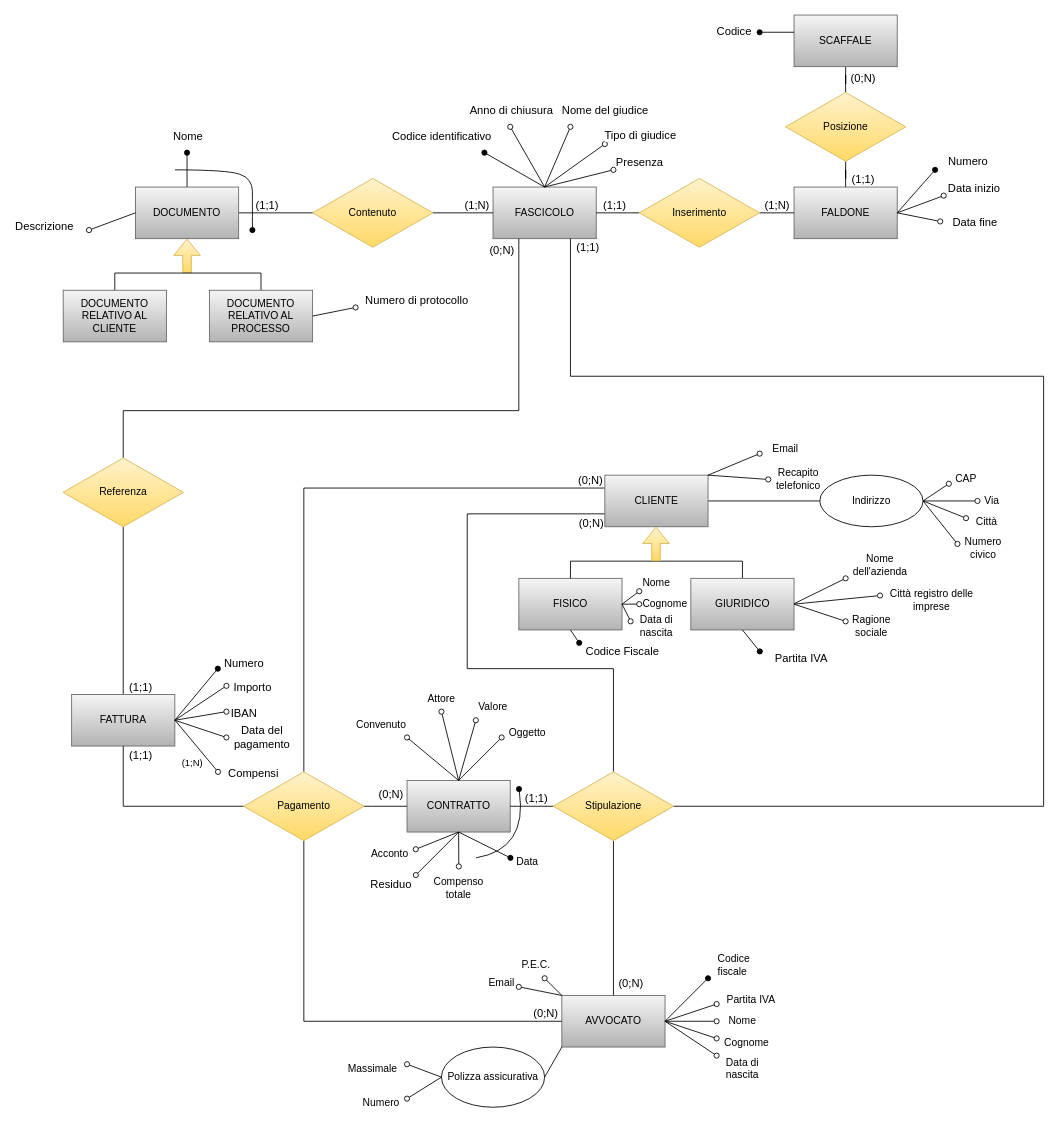
Earlier version of the draw.io diagram DiagrammaER_Completo_Iniziale.drawio (AndreaCiv/BasiDiDati). Source tidied: cells renumbered, new cells numbered last; positions are measured from the earlier drawing's top-left corner, leaving out a move shared by most shapes. Both pictures are drawn from the tidied source at 86%, with x=0, y=0 at pixel (63, 15).
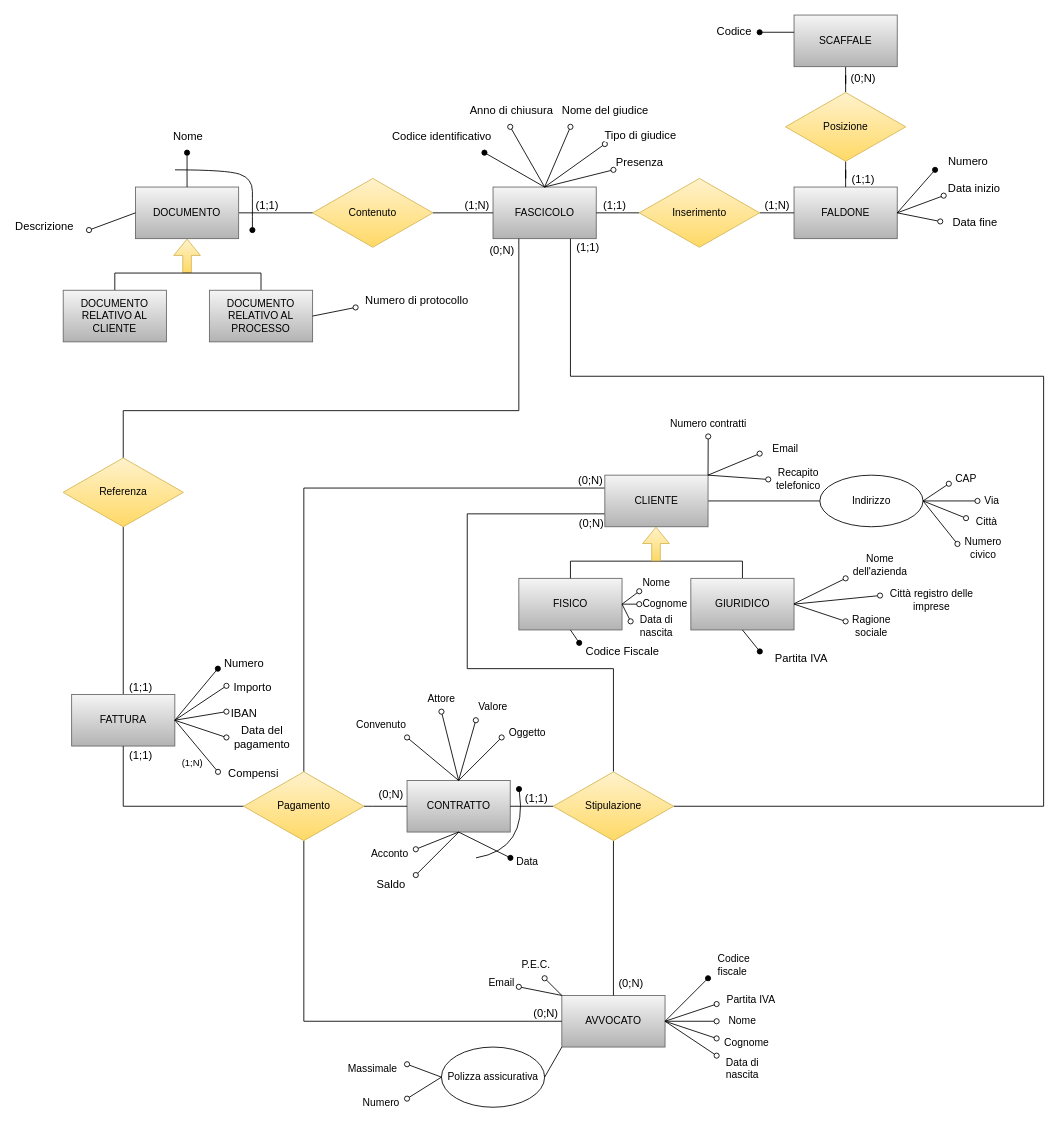
The same diagram, later.

The change refers to these unchanged cells:
```xml
<mxCell id="49" value="CONTRATTO" style="rounded=0;whiteSpace=wrap;html=1;fillColor=#f5f5f5;gradientColor=#b3b3b3;strokeColor=#666666;" parent="1" vertex="1">
  <mxGeometry x="399.8" y="890" width="120" height="60" as="geometry" />
</mxCell>
<mxCell id="115" value="CLIENTE" style="rounded=0;whiteSpace=wrap;html=1;fillColor=#f5f5f5;gradientColor=#b3b3b3;strokeColor=#666666;" parent="1" vertex="1">
  <mxGeometry x="629.8" y="535" width="120" height="60" as="geometry" />
</mxCell>
<mxCell id="157" style="endArrow=oval;html=1;rounded=0;endFill=0;" parent="1" edge="1">
  <mxGeometry relative="1" as="geometry">
    <mxPoint x="460" y="950" as="sourcePoint" />
    <mxPoint x="410" y="1000" as="targetPoint" />
  </mxGeometry>
</mxCell>
```

What changed in the source:
```diff
@@
-    <mxCell id="88" style="endArrow=oval;html=1;rounded=0;endFill=0;exitX=0.5;exitY=1;exitDx=0;exitDy=0;" parent="1" edge="1" source="49">
-      <mxGeometry relative="1" as="geometry">
-        <mxPoint x="460" y="990" as="targetPoint" />
-      </mxGeometry>
-    </mxCell>
-    <mxCell id="89" value="Compenso&lt;br&gt;totale" style="text;html=1;strokeColor=none;fillColor=none;align=center;verticalAlign=middle;whiteSpace=wrap;rounded=0;" parent="1" vertex="1">
-      <mxGeometry x="430" y="1000" width="60" height="30" as="geometry" />
-    </mxCell>
@@
-    <mxCell id="158" value="&lt;font style=&quot;font-size: 13px&quot;&gt;Residuo&lt;/font&gt;" style="edgeLabel;html=1;align=center;verticalAlign=middle;" parent="157" vertex="1">
+    <mxCell id="158" value="&lt;font style=&quot;font-size: 13px&quot;&gt;Saldo&lt;/font&gt;" style="edgeLabel;html=1;align=center;verticalAlign=middle;" parent="157" vertex="1">
       <mxGeometry x="0.45" y="-1" relative="1" as="geometry">
         <mxPoint x="-43" y="24" as="offset" />
       </mxGeometry>
     </mxCell>
+    <mxCell id="159" style="endArrow=oval;html=1;rounded=0;endFill=0;exitX=1;exitY=0;exitDx=0;exitDy=0;" parent="1" edge="1" source="115">
+      <mxGeometry relative="1" as="geometry">
+        <mxPoint x="750" y="490" as="targetPoint" />
+      </mxGeometry>
+    </mxCell>
+    <mxCell id="160" value="Numero contratti" style="edgeLabel;html=1;align=center;verticalAlign=middle;fontSize=12;" parent="159" vertex="1">
+      <mxGeometry x="-0.03" relative="1" as="geometry">
+        <mxPoint y="-38" as="offset" />
+      </mxGeometry>
+    </mxCell>
```
